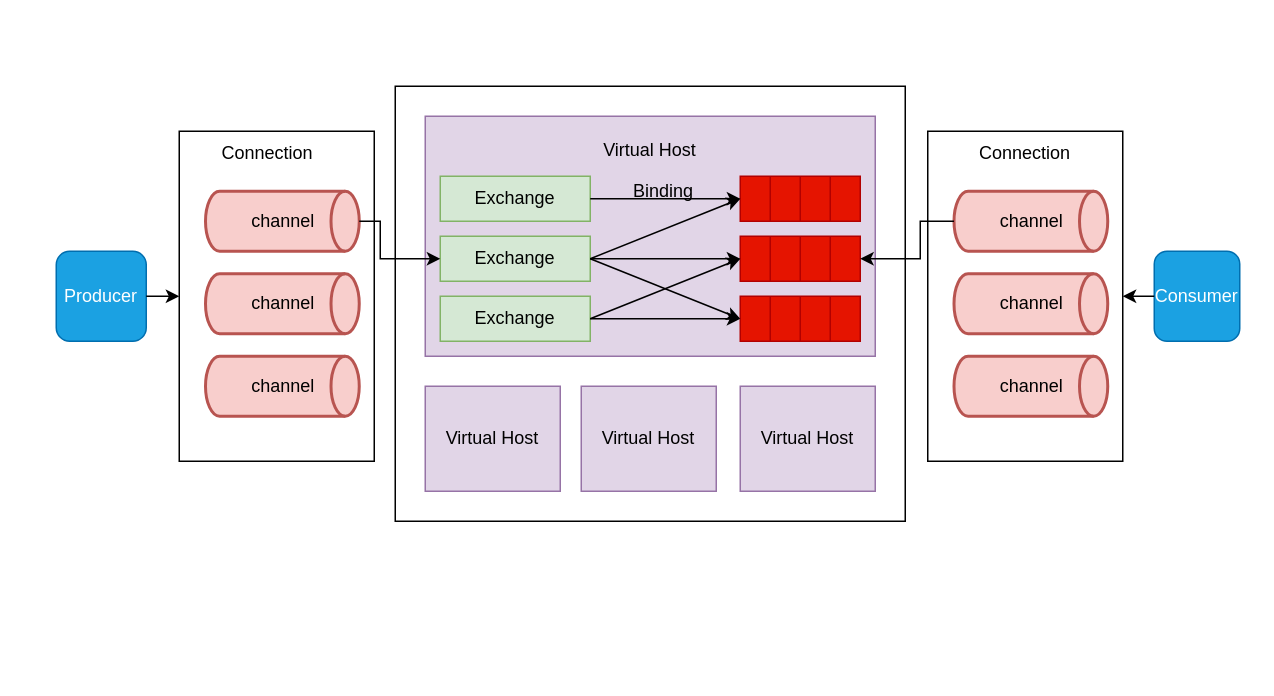
hezhuma/image-repo keeps this draw.io diagram as drawio/RabbitMQ/RabbitMQ 架构图.drawio. Above is the earlier version. Source tidied: cells renumbered, new cells numbered last; positions are measured from the earlier drawing's top-left corner, leaving out a move shared by most shapes. Both pictures are drawn from the tidied source at 150%, with x=0, y=0 at pixel (56, 86).
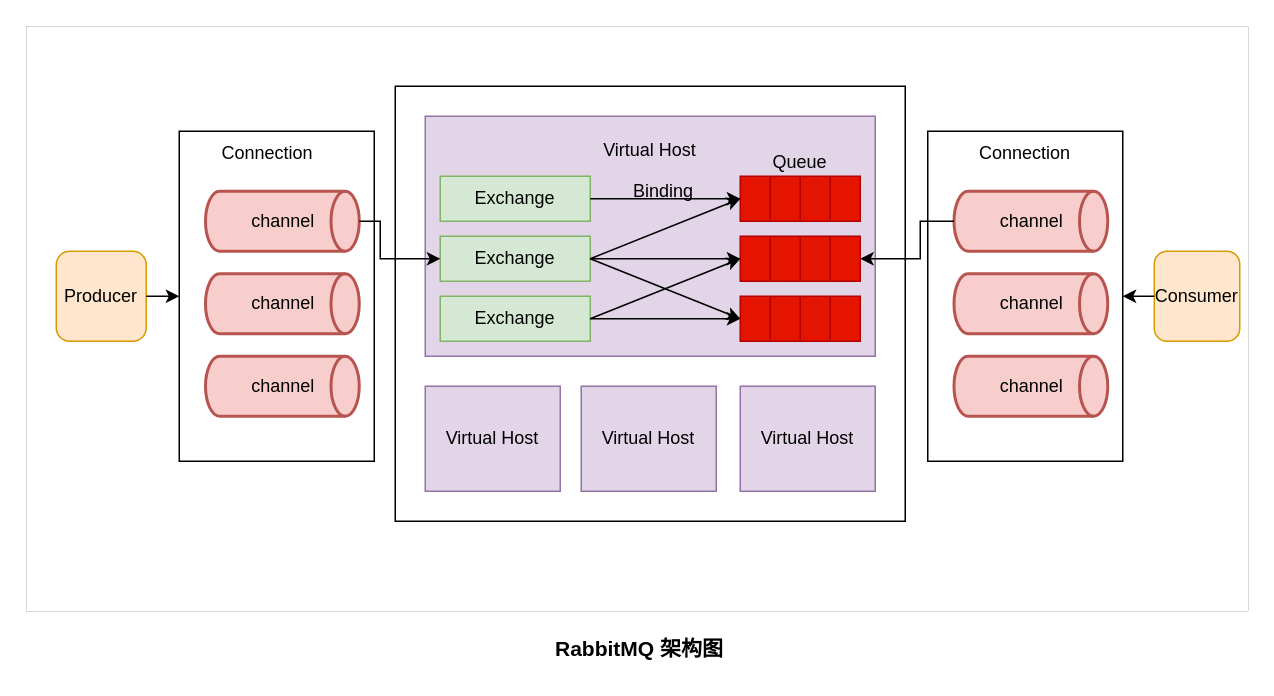
Above is the later version.

Change to the diagram source:
```diff
@@
+    <mxCell id="45" style="rounded=0;whiteSpace=wrap;html=1;strokeWidth=0;" parent="1" vertex="1">
+      <mxGeometry x="-20" y="-40" width="815" height="390" as="geometry" />
+    </mxCell>
@@
-    <mxCell id="11" value="Producer" style="rounded=1;whiteSpace=wrap;html=1;fillColor=#1ba1e2;fontColor=#ffffff;strokeColor=#006EAF;" parent="1" vertex="1">
+    <mxCell id="11" value="Producer" style="rounded=1;whiteSpace=wrap;html=1;fillColor=#ffe6cc;strokeColor=#d79b00;" parent="1" vertex="1">
       <mxGeometry y="110" width="60" height="60" as="geometry" />
     </mxCell>
-    <mxCell id="12" value="Consumer" style="rounded=1;whiteSpace=wrap;html=1;fillColor=#1ba1e2;strokeColor=#006EAF;fontColor=#ffffff;" parent="1" vertex="1">
+    <mxCell id="12" value="Consumer" style="rounded=1;whiteSpace=wrap;html=1;fillColor=#ffe6cc;strokeColor=#d79b00;" parent="1" vertex="1">
       <mxGeometry x="732" y="110" width="57" height="60" as="geometry" />
     </mxCell>
@@
+    <mxCell id="46" value="Queue" style="text;html=1;strokeColor=none;fillColor=none;align=center;verticalAlign=middle;whiteSpace=wrap;rounded=0;" parent="1" vertex="1">
+      <mxGeometry x="466" y="36" width="60" height="30" as="geometry" />
+    </mxCell>
+    <mxCell id="47" value="RabbitMQ 架构图" style="text;html=1;strokeColor=none;fillColor=none;align=center;verticalAlign=middle;whiteSpace=wrap;rounded=0;fontSize=14;fontStyle=1;" parent="1" vertex="1">
+      <mxGeometry x="326" y="360" width="126" height="30" as="geometry" />
+    </mxCell>
```
